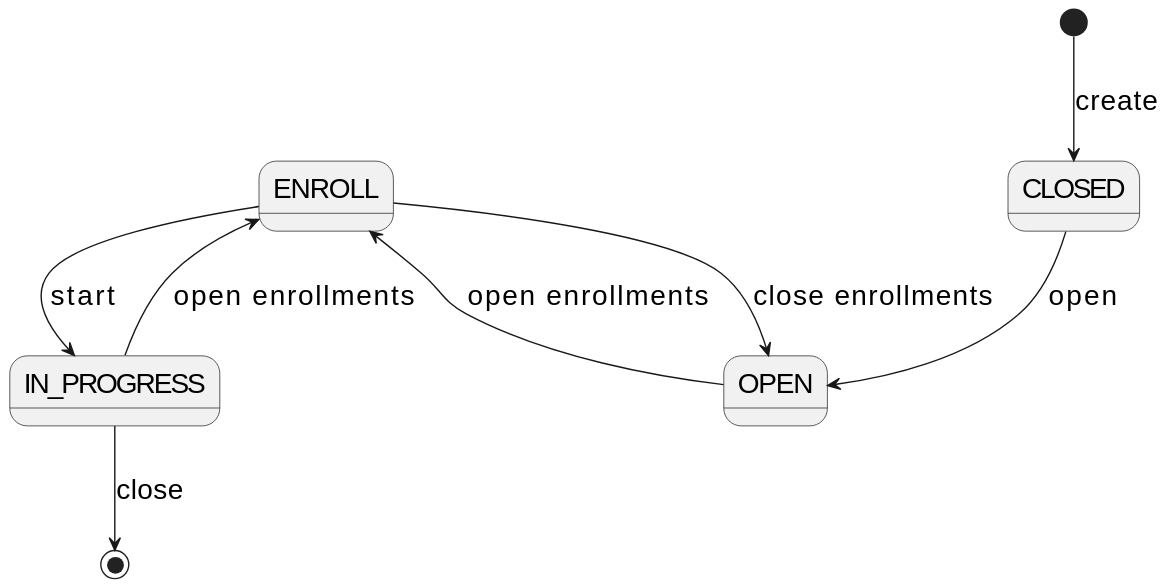
Above: docs/sprint-b/us09-1003/out/US1003_STATE.svg in miseEnPlace-dev/lapr4 (PlantUML), before the change.
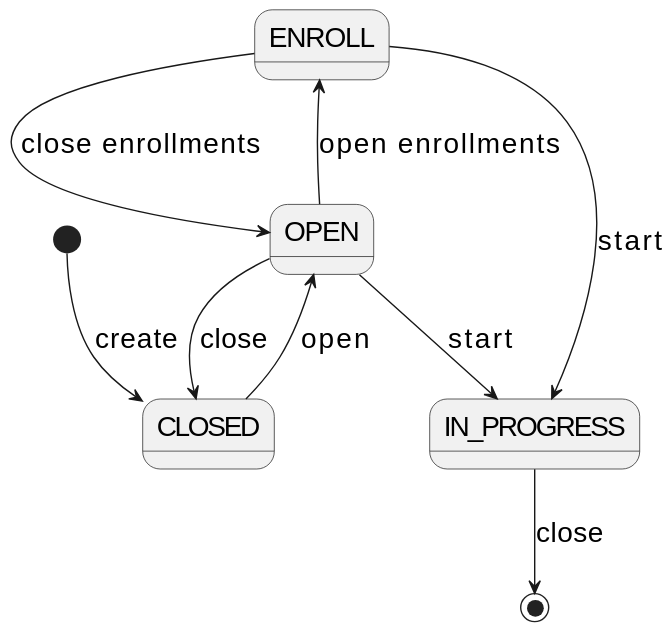
Above is the later version.

Commit message:
docs: updated state diagram (#16)

Diff of the diagram source:
```diff
@@ -4,9 +4,10 @@
 [*] --> CLOSED : create
 
 CLOSED --> OPEN : open
+OPEN --> CLOSED : close
 OPEN --> ENROLL : open enrollments
 ENROLL -> OPEN : close enrollments
 ENROLL --> IN_PROGRESS : start
-IN_PROGRESS --> ENROLL : open enrollments
+OPEN --> IN_PROGRESS : start
 IN_PROGRESS --> [*] : close
 @enduml
```
